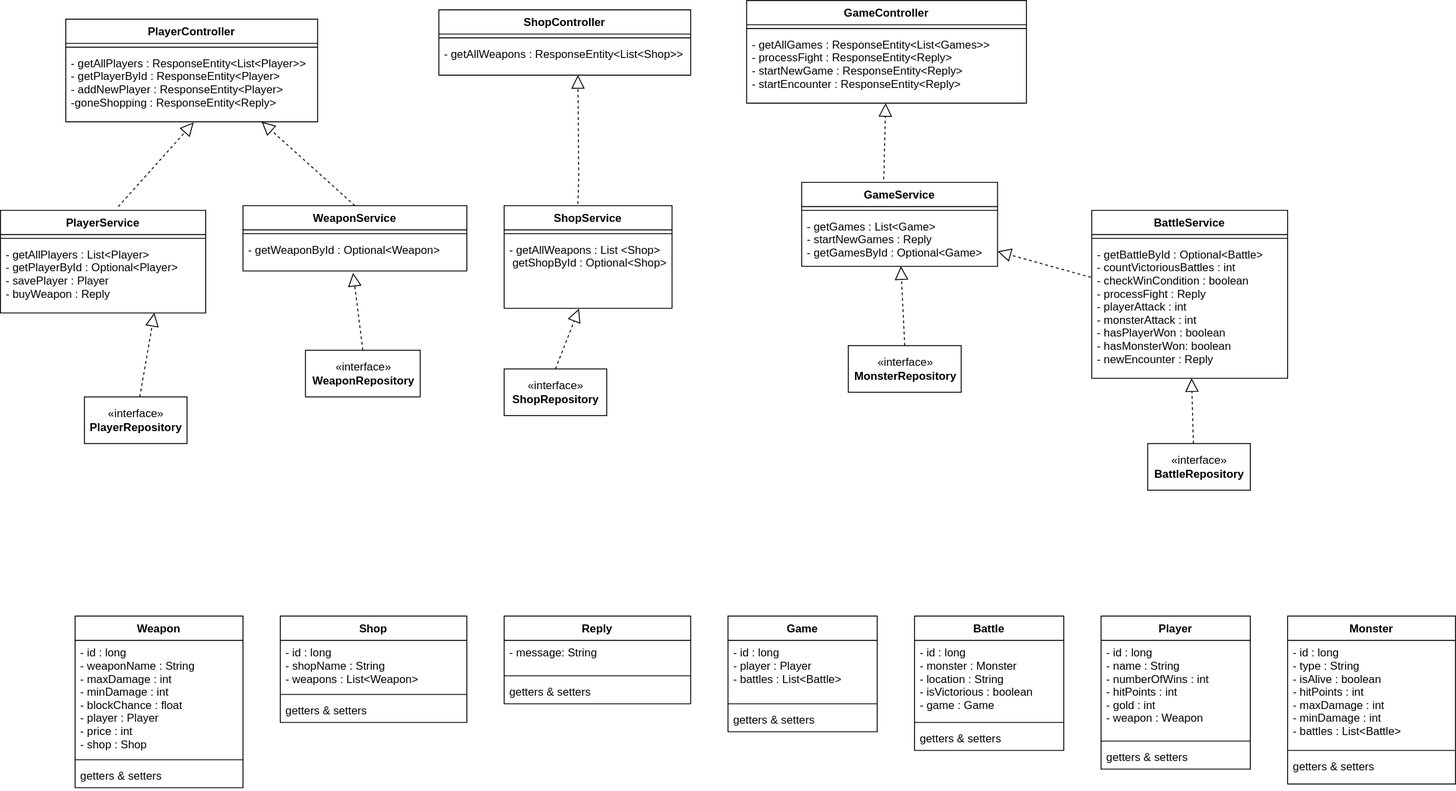
Before: team7_uml.svg, a diagram exported from draw.io (RawMal/backend_project). Source tidied: cells renumbered, new cells last; positions are measured from the earlier drawing's top-left corner, leaving out a move shared by most shapes.
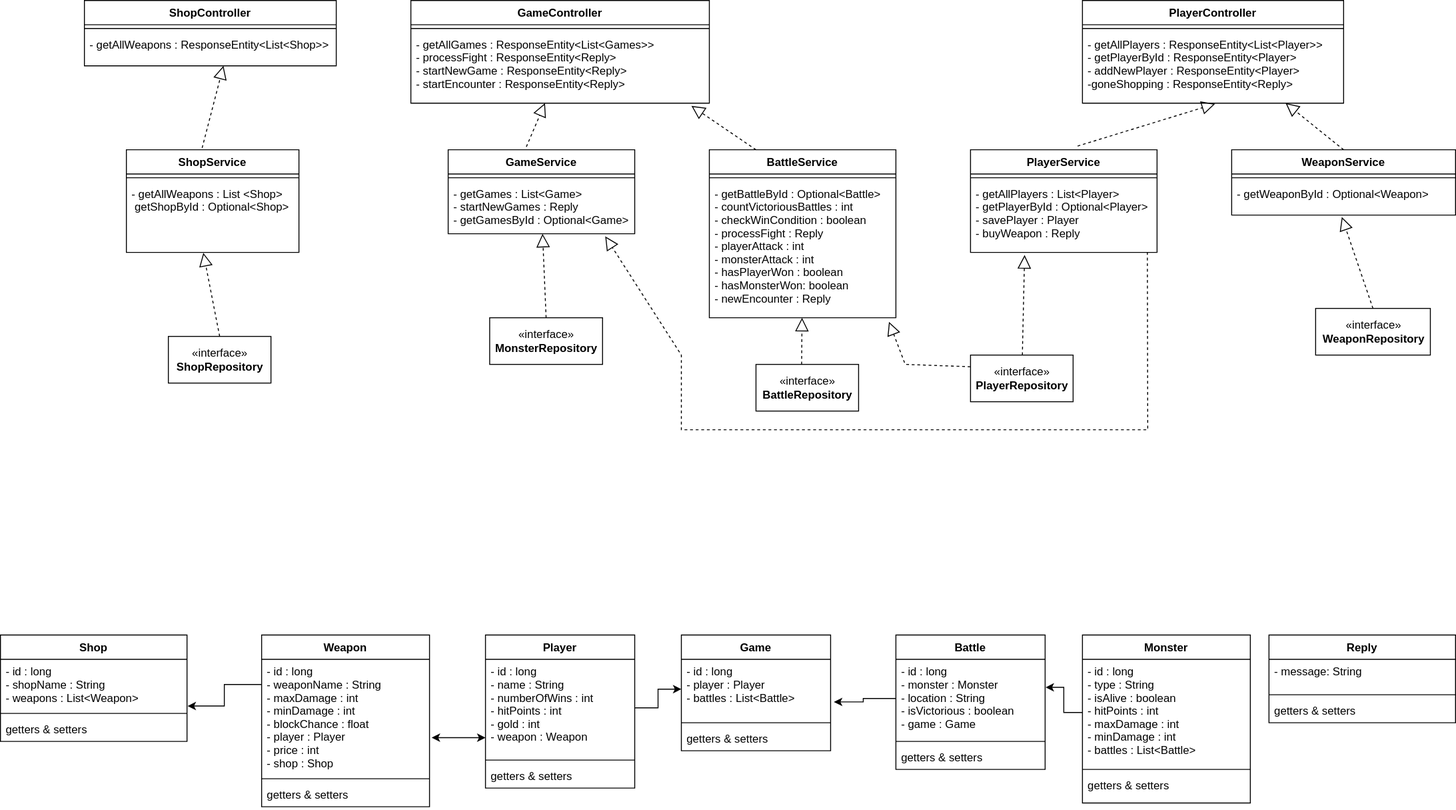
Above is the later version.

Commit message:
finisheed UML update

The edit, as a diff of the source:
```diff
@@ -5,3 +5,3 @@
     <mxCell id="2" value="Player" style="swimlane;fontStyle=1;align=center;verticalAlign=top;horizontal=1;startSize=26;" parent="1" vertex="1">
-      <mxGeometry x="1180" y="660" width="160" height="164" as="geometry" />
+      <mxGeometry x="460" y="700" width="160" height="164" as="geometry" />
     </mxCell>
@@ -17,3 +17,3 @@
     <mxCell id="6" value="Shop" style="swimlane;fontStyle=1;align=center;verticalAlign=top;horizontal=1;startSize=26;" parent="1" vertex="1">
-      <mxGeometry x="300" y="660" width="200" height="114" as="geometry" />
+      <mxGeometry x="-60" y="700" width="200" height="114" as="geometry" />
     </mxCell>
@@ -29,3 +29,3 @@
     <mxCell id="10" value="Monster" style="swimlane;fontStyle=1;align=center;verticalAlign=top;horizontal=1;startSize=26;" parent="1" vertex="1">
-      <mxGeometry x="1380" y="660" width="180" height="180" as="geometry" />
+      <mxGeometry x="1100" y="700" width="180" height="180" as="geometry" />
     </mxCell>
@@ -41,48 +41,48 @@
     <mxCell id="14" value="«interface»&lt;br&gt;&lt;b&gt;BattleRepository&lt;/b&gt;" style="html=1;" parent="1" vertex="1">
-      <mxGeometry x="1230" y="475" width="110" height="50" as="geometry" />
+      <mxGeometry x="750" y="410" width="110" height="50" as="geometry" />
     </mxCell>
     <mxCell id="15" value="«interface»&lt;br&gt;&lt;b&gt;PlayerRepository&lt;/b&gt;" style="html=1;" parent="1" vertex="1">
-      <mxGeometry x="90" y="425" width="110" height="50" as="geometry" />
+      <mxGeometry x="980" y="400" width="110" height="50" as="geometry" />
     </mxCell>
     <mxCell id="16" value="«interface»&lt;br&gt;&lt;b&gt;MonsterRepository&lt;/b&gt;" style="html=1;" parent="1" vertex="1">
-      <mxGeometry x="909" y="370" width="121" height="50" as="geometry" />
+      <mxGeometry x="464.5" y="360" width="121" height="50" as="geometry" />
     </mxCell>
     <mxCell id="17" value="«interface»&lt;br&gt;&lt;b&gt;ShopRepository&lt;/b&gt;" style="html=1;" parent="1" vertex="1">
-      <mxGeometry x="540" y="395" width="110" height="50" as="geometry" />
+      <mxGeometry x="120" y="380" width="110" height="50" as="geometry" />
     </mxCell>
     <mxCell id="18" value="PlayerService" style="swimlane;fontStyle=1;align=center;verticalAlign=top;horizontal=1;startSize=26;" parent="1" vertex="1">
-      <mxGeometry y="225" width="220" height="110" as="geometry" />
+      <mxGeometry x="980" y="180" width="200" height="110" as="geometry" />
     </mxCell>
     <mxCell id="19" style="line;strokeWidth=1;fillColor=none;align=left;verticalAlign=middle;spacingTop=-1;spacingLeft=3;spacingRight=3;labelPosition=right;strokeColor=inherit;" parent="18" vertex="1">
-      <mxGeometry y="26" width="220" height="8" as="geometry" />
+      <mxGeometry y="26" width="200" height="8" as="geometry" />
     </mxCell>
     <mxCell id="20" value="- getAllPlayers : List&lt;Player&gt;&#10;- getPlayerById : Optional&lt;Player&gt;&#10;- savePlayer : Player&#10;- buyWeapon : Reply" style="text;strokeColor=none;fillColor=none;align=left;verticalAlign=top;spacingLeft=4;spacingRight=4;overflow=hidden;points=[[0,0.5],[1,0.5]];portConstraint=eastwest;" parent="18" vertex="1">
-      <mxGeometry y="34" width="220" height="76" as="geometry" />
+      <mxGeometry y="34" width="200" height="76" as="geometry" />
     </mxCell>
     <mxCell id="21" value="GameController" style="swimlane;fontStyle=1;align=center;verticalAlign=top;horizontal=1;startSize=26;" parent="1" vertex="1">
-      <mxGeometry x="800" width="300" height="110" as="geometry" />
+      <mxGeometry x="380" y="20" width="320" height="110" as="geometry" />
     </mxCell>
     <mxCell id="22" style="line;strokeWidth=1;fillColor=none;align=left;verticalAlign=middle;spacingTop=-1;spacingLeft=3;spacingRight=3;labelPosition=right;strokeColor=inherit;" parent="21" vertex="1">
-      <mxGeometry y="26" width="300" height="8" as="geometry" />
+      <mxGeometry y="26" width="320" height="8" as="geometry" />
     </mxCell>
     <mxCell id="23" value="- getAllGames : ResponseEntity&lt;List&lt;Games&gt;&gt;&#10;- processFight : ResponseEntity&lt;Reply&gt;&#10;- startNewGame : ResponseEntity&lt;Reply&gt;&#10;- startEncounter : ResponseEntity&lt;Reply&gt;" style="text;strokeColor=none;fillColor=none;align=left;verticalAlign=top;spacingLeft=4;spacingRight=4;overflow=hidden;points=[[0,0.5],[1,0.5]];portConstraint=eastwest;" parent="21" vertex="1">
-      <mxGeometry y="34" width="300" height="76" as="geometry" />
+      <mxGeometry y="34" width="320" height="76" as="geometry" />
     </mxCell>
     <mxCell id="24" value="PlayerController" style="swimlane;fontStyle=1;align=center;verticalAlign=top;horizontal=1;startSize=26;" parent="1" vertex="1">
-      <mxGeometry x="70" y="20" width="270" height="110" as="geometry" />
+      <mxGeometry x="1100" y="20" width="280" height="110" as="geometry" />
     </mxCell>
     <mxCell id="25" style="line;strokeWidth=1;fillColor=none;align=left;verticalAlign=middle;spacingTop=-1;spacingLeft=3;spacingRight=3;labelPosition=right;strokeColor=inherit;" parent="24" vertex="1">
-      <mxGeometry y="26" width="270" height="8" as="geometry" />
+      <mxGeometry y="26" width="280" height="8" as="geometry" />
     </mxCell>
     <mxCell id="26" value="- getAllPlayers : ResponseEntity&lt;List&lt;Player&gt;&gt;&#10;- getPlayerById : ResponseEntity&lt;Player&gt;&#10;- addNewPlayer : ResponseEntity&lt;Player&gt;&#10;-goneShopping : ResponseEntity&lt;Reply&gt;" style="text;strokeColor=none;fillColor=none;align=left;verticalAlign=top;spacingLeft=4;spacingRight=4;overflow=hidden;points=[[0,0.5],[1,0.5]];portConstraint=eastwest;" parent="24" vertex="1">
-      <mxGeometry y="34" width="270" height="76" as="geometry" />
+      <mxGeometry y="34" width="280" height="76" as="geometry" />
     </mxCell>
     <mxCell id="27" value="GameService" style="swimlane;fontStyle=1;align=center;verticalAlign=top;horizontal=1;startSize=26;" parent="1" vertex="1">
-      <mxGeometry x="859" y="195" width="210" height="90" as="geometry" />
+      <mxGeometry x="420" y="180" width="200" height="90" as="geometry" />
     </mxCell>
     <mxCell id="28" style="line;strokeWidth=1;fillColor=none;align=left;verticalAlign=middle;spacingTop=-1;spacingLeft=3;spacingRight=3;labelPosition=right;strokeColor=inherit;" parent="27" vertex="1">
-      <mxGeometry y="26" width="210" height="8" as="geometry" />
+      <mxGeometry y="26" width="200" height="8" as="geometry" />
     </mxCell>
     <mxCell id="29" value="- getGames : List&lt;Game&gt;&#10;- startNewGames : Reply&#10;- getGamesById : Optional&lt;Game&gt;" style="text;strokeColor=none;fillColor=none;align=left;verticalAlign=top;spacingLeft=4;spacingRight=4;overflow=hidden;points=[[0,0.5],[1,0.5]];portConstraint=eastwest;" parent="27" vertex="1">
-      <mxGeometry y="34" width="210" height="56" as="geometry" />
+      <mxGeometry y="34" width="200" height="56" as="geometry" />
     </mxCell>
@@ -94,3 +94,3 @@
     </mxCell>
-    <mxCell id="32" style="endArrow=block;dashed=1;endFill=0;endSize=12;html=1;rounded=0;entryX=0.75;entryY=1;entryDx=0;entryDy=0;entryPerimeter=0;" parent="1" edge="1" source="15" target="20">
+    <mxCell id="32" style="endArrow=block;dashed=1;endFill=0;endSize=12;html=1;rounded=0;entryX=0.29;entryY=1.037;entryDx=0;entryDy=0;entryPerimeter=0;" parent="1" edge="1" source="15" target="20">
       <mxGeometry relative="1" as="geometry" />
@@ -110,3 +110,3 @@
     <mxCell id="37" value="Reply" style="swimlane;fontStyle=1;align=center;verticalAlign=top;horizontal=1;startSize=26;" parent="1" vertex="1">
-      <mxGeometry x="540" y="660" width="200" height="94" as="geometry" />
+      <mxGeometry x="1300" y="700" width="200" height="94" as="geometry" />
     </mxCell>
@@ -122,12 +122,12 @@
     <mxCell id="41" value="BattleService" style="swimlane;fontStyle=1;align=center;verticalAlign=top;horizontal=1;startSize=26;" parent="1" vertex="1">
-      <mxGeometry x="1170" y="225" width="210" height="180" as="geometry" />
+      <mxGeometry x="700" y="180" width="200" height="180" as="geometry" />
     </mxCell>
     <mxCell id="42" style="line;strokeWidth=1;fillColor=none;align=left;verticalAlign=middle;spacingTop=-1;spacingLeft=3;spacingRight=3;labelPosition=right;strokeColor=inherit;" parent="41" vertex="1">
-      <mxGeometry y="26" width="210" height="8" as="geometry" />
+      <mxGeometry y="26" width="200" height="8" as="geometry" />
     </mxCell>
     <mxCell id="43" value="- getBattleById : Optional&lt;Battle&gt;&#10;- countVictoriousBattles : int&#10;- checkWinCondition : boolean&#10;- processFight : Reply&#10;- playerAttack : int&#10;- monsterAttack : int&#10;- hasPlayerWon : boolean&#10;- hasMonsterWon: boolean&#10;- newEncounter : Reply" style="text;strokeColor=none;fillColor=none;align=left;verticalAlign=top;spacingLeft=4;spacingRight=4;overflow=hidden;points=[[0,0.5],[1,0.5]];portConstraint=eastwest;" parent="41" vertex="1">
-      <mxGeometry y="34" width="210" height="146" as="geometry" />
+      <mxGeometry y="34" width="200" height="146" as="geometry" />
     </mxCell>
     <mxCell id="44" value="Battle" style="swimlane;fontStyle=1;align=center;verticalAlign=top;horizontal=1;startSize=26;" parent="1" vertex="1">
-      <mxGeometry x="980" y="660" width="160" height="144" as="geometry" />
+      <mxGeometry x="900" y="700" width="160" height="144" as="geometry" />
     </mxCell>
@@ -142,3 +142,3 @@
     </mxCell>
-    <mxCell id="48" style="endArrow=block;dashed=1;endFill=0;endSize=12;html=1;rounded=0;exitX=-0.004;exitY=0.259;exitDx=0;exitDy=0;exitPerimeter=0;" parent="1" edge="1" source="43" target="27">
+    <mxCell id="48" style="endArrow=block;dashed=1;endFill=0;endSize=12;html=1;rounded=0;exitX=0.25;exitY=0;exitDx=0;exitDy=0;entryX=0.94;entryY=1.039;entryDx=0;entryDy=0;entryPerimeter=0;" parent="1" edge="1" source="41" target="23">
       <mxGeometry relative="1" as="geometry" />
@@ -146,19 +146,15 @@
     <mxCell id="49" value="ShopService" style="swimlane;fontStyle=1;align=center;verticalAlign=top;horizontal=1;startSize=26;" parent="1" vertex="1">
-      <mxGeometry x="540" y="220" width="180" height="110" as="geometry" />
+      <mxGeometry x="75" y="180" width="185" height="110" as="geometry" />
     </mxCell>
     <mxCell id="50" style="line;strokeWidth=1;fillColor=none;align=left;verticalAlign=middle;spacingTop=-1;spacingLeft=3;spacingRight=3;labelPosition=right;strokeColor=inherit;" parent="49" vertex="1">
-      <mxGeometry y="26" width="180" height="8" as="geometry" />
+      <mxGeometry y="26" width="185" height="8" as="geometry" />
     </mxCell>
     <mxCell id="51" value="- getAllWeapons : List &lt;Shop&gt;&#10; getShopById : Optional&lt;Shop&gt;" style="text;strokeColor=none;fillColor=none;align=left;verticalAlign=top;spacingLeft=4;spacingRight=4;overflow=hidden;points=[[0,0.5],[1,0.5]];portConstraint=eastwest;" parent="49" vertex="1">
-      <mxGeometry y="34" width="180" height="76" as="geometry" />
+      <mxGeometry y="34" width="185" height="76" as="geometry" />
     </mxCell>
     <mxCell id="52" style="endArrow=block;dashed=1;endFill=0;endSize=12;html=1;rounded=0;exitX=0.439;exitY=-0.018;exitDx=0;exitDy=0;exitPerimeter=0;entryX=0.552;entryY=1;entryDx=0;entryDy=0;entryPerimeter=0;" parent="1" edge="1" source="49" target="63">
-      <mxGeometry relative="1" as="geometry">
-        <Array as="points">
-          <mxPoint x="620" y="190" />
-        </Array>
-      </mxGeometry>
+      <mxGeometry relative="1" as="geometry" />
     </mxCell>
     <mxCell id="53" value="Game" style="swimlane;fontStyle=1;align=center;verticalAlign=top;horizontal=1;startSize=26;" parent="1" vertex="1">
-      <mxGeometry x="780" y="660" width="160" height="124" as="geometry" />
+      <mxGeometry x="670" y="700" width="160" height="124" as="geometry" />
     </mxCell>
@@ -174,3 +170,3 @@
     <mxCell id="57" value="Weapon" style="swimlane;fontStyle=1;align=center;verticalAlign=top;horizontal=1;startSize=26;" parent="1" vertex="1">
-      <mxGeometry x="80" y="660" width="180" height="184" as="geometry" />
+      <mxGeometry x="220" y="700" width="180" height="184" as="geometry" />
     </mxCell>
@@ -186,3 +182,3 @@
     <mxCell id="61" value="ShopController" style="swimlane;fontStyle=1;align=center;verticalAlign=top;horizontal=1;startSize=26;" parent="1" vertex="1">
-      <mxGeometry x="470" y="10" width="270" height="70" as="geometry" />
+      <mxGeometry x="30" y="20" width="270" height="70" as="geometry" />
     </mxCell>
@@ -195,3 +191,3 @@
     <mxCell id="64" value="WeaponService" style="swimlane;fontStyle=1;align=center;verticalAlign=top;horizontal=1;startSize=26;" parent="1" vertex="1">
-      <mxGeometry x="260" y="220" width="240" height="70" as="geometry" />
+      <mxGeometry x="1260" y="180" width="240" height="70" as="geometry" />
     </mxCell>
@@ -204,3 +200,3 @@
     <mxCell id="67" value="«interface»&lt;br&gt;&lt;b&gt;WeaponRepository&lt;/b&gt;" style="html=1;" parent="1" vertex="1">
-      <mxGeometry x="327" y="375" width="123" height="50" as="geometry" />
+      <mxGeometry x="1350" y="350" width="123" height="50" as="geometry" />
     </mxCell>
@@ -215,2 +211,35 @@
     </mxCell>
+    <mxCell id="71" style="endArrow=block;dashed=1;endFill=0;endSize=12;html=1;rounded=0;entryX=0.963;entryY=1.03;entryDx=0;entryDy=0;entryPerimeter=0;exitX=0;exitY=0.25;exitDx=0;exitDy=0;" parent="1" edge="1" source="15" target="43">
+      <mxGeometry relative="1" as="geometry">
+        <Array as="points">
+          <mxPoint x="910" y="410" />
+        </Array>
+      </mxGeometry>
+    </mxCell>
+    <mxCell id="72" style="endArrow=block;dashed=1;endFill=0;endSize=12;html=1;rounded=0;entryX=0.842;entryY=1.05;entryDx=0;entryDy=0;entryPerimeter=0;exitX=0.948;exitY=0.995;exitDx=0;exitDy=0;exitPerimeter=0;" parent="1" edge="1" source="20" target="29">
+      <mxGeometry relative="1" as="geometry">
+        <Array as="points">
+          <mxPoint x="1170" y="480" />
+          <mxPoint x="670" y="480" />
+          <mxPoint x="670" y="400" />
+        </Array>
+      </mxGeometry>
+    </mxCell>
+    <mxCell id="73" style="edgeStyle=orthogonalEdgeStyle;rounded=0;jettySize=auto;html=1;exitX=0;exitY=0.218;exitDx=0;exitDy=0;entryX=1.003;entryY=0.927;entryDx=0;entryDy=0;entryPerimeter=0;exitPerimeter=0;" parent="1" edge="1" source="58" target="7">
+      <mxGeometry relative="1" as="geometry" />
+    </mxCell>
+    <mxCell id="74" style="endArrow=classic;startArrow=classic;html=1;rounded=0;exitX=1.013;exitY=0.677;exitDx=0;exitDy=0;exitPerimeter=0;" parent="1" edge="1" source="58">
+      <mxGeometry relative="1" as="geometry">
+        <mxPoint x="460" y="810" as="targetPoint" />
+      </mxGeometry>
+    </mxCell>
+    <mxCell id="75" style="edgeStyle=orthogonalEdgeStyle;rounded=0;jettySize=auto;html=1;exitX=1;exitY=0.5;exitDx=0;exitDy=0;entryX=0;entryY=0.5;entryDx=0;entryDy=0;" parent="1" edge="1" source="3" target="54">
+      <mxGeometry relative="1" as="geometry" />
+    </mxCell>
+    <mxCell id="76" style="edgeStyle=orthogonalEdgeStyle;rounded=0;jettySize=auto;html=1;exitX=0;exitY=0.5;exitDx=0;exitDy=0;entryX=1.022;entryY=0.714;entryDx=0;entryDy=0;entryPerimeter=0;" parent="1" edge="1" source="45" target="54">
+      <mxGeometry relative="1" as="geometry" />
+    </mxCell>
+    <mxCell id="77" style="edgeStyle=orthogonalEdgeStyle;rounded=0;jettySize=auto;html=1;exitX=0;exitY=0.5;exitDx=0;exitDy=0;entryX=1.003;entryY=0.358;entryDx=0;entryDy=0;entryPerimeter=0;" parent="1" edge="1" source="11" target="45">
+      <mxGeometry relative="1" as="geometry" />
+    </mxCell>
   </root>
```
